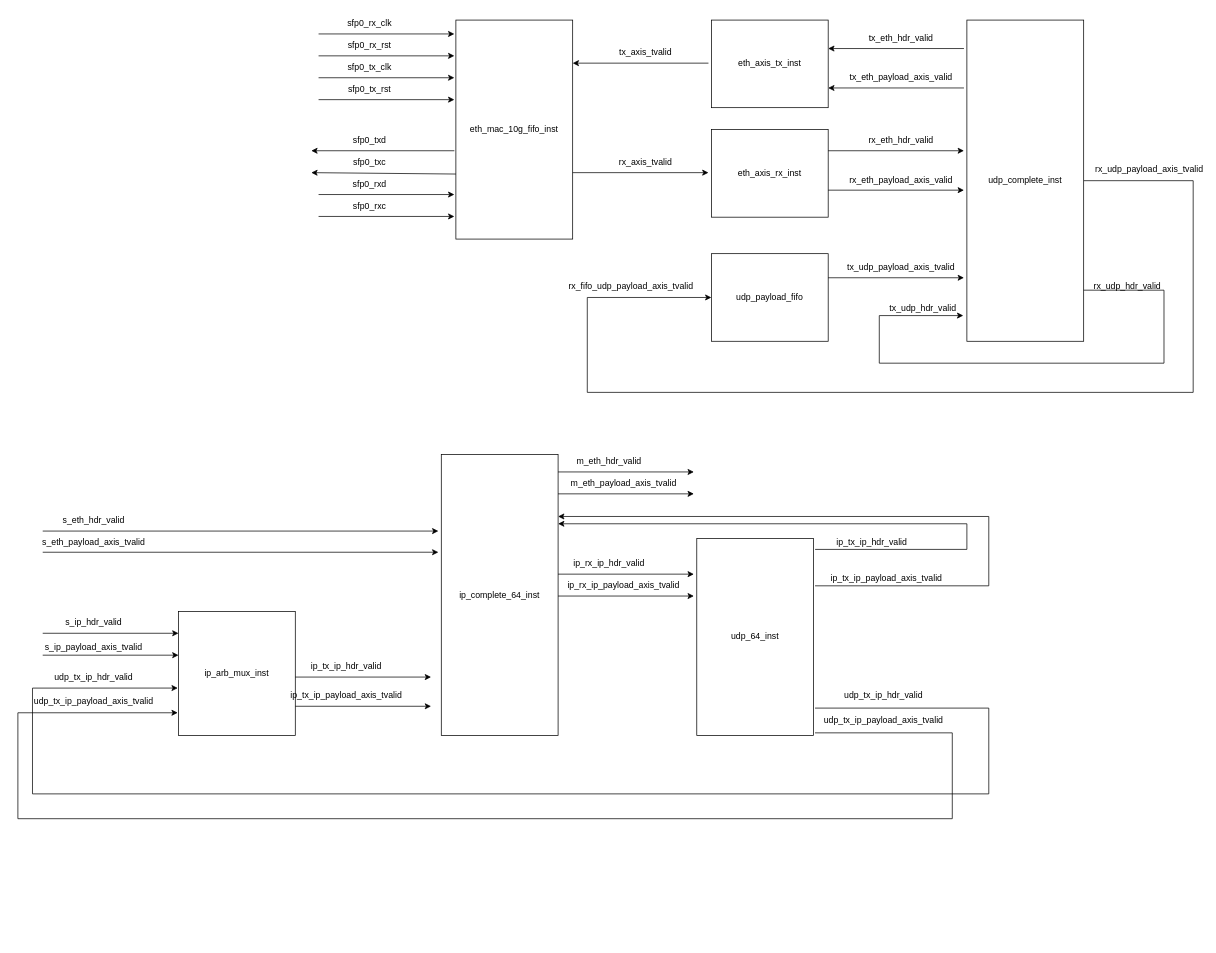
Earlier version of the draw.io diagram page "udp_complete_64" (4 of 10) of verilog-ethernet.drawio (gdhzyz/draws). Source tidied: cells renumbered, new cells numbered last; positions are measured from the earlier drawing's top-left corner, leaving out a move shared by most shapes. Both pictures are drawn from the tidied source at 73%, with x=0, y=0 at pixel (18, 12).
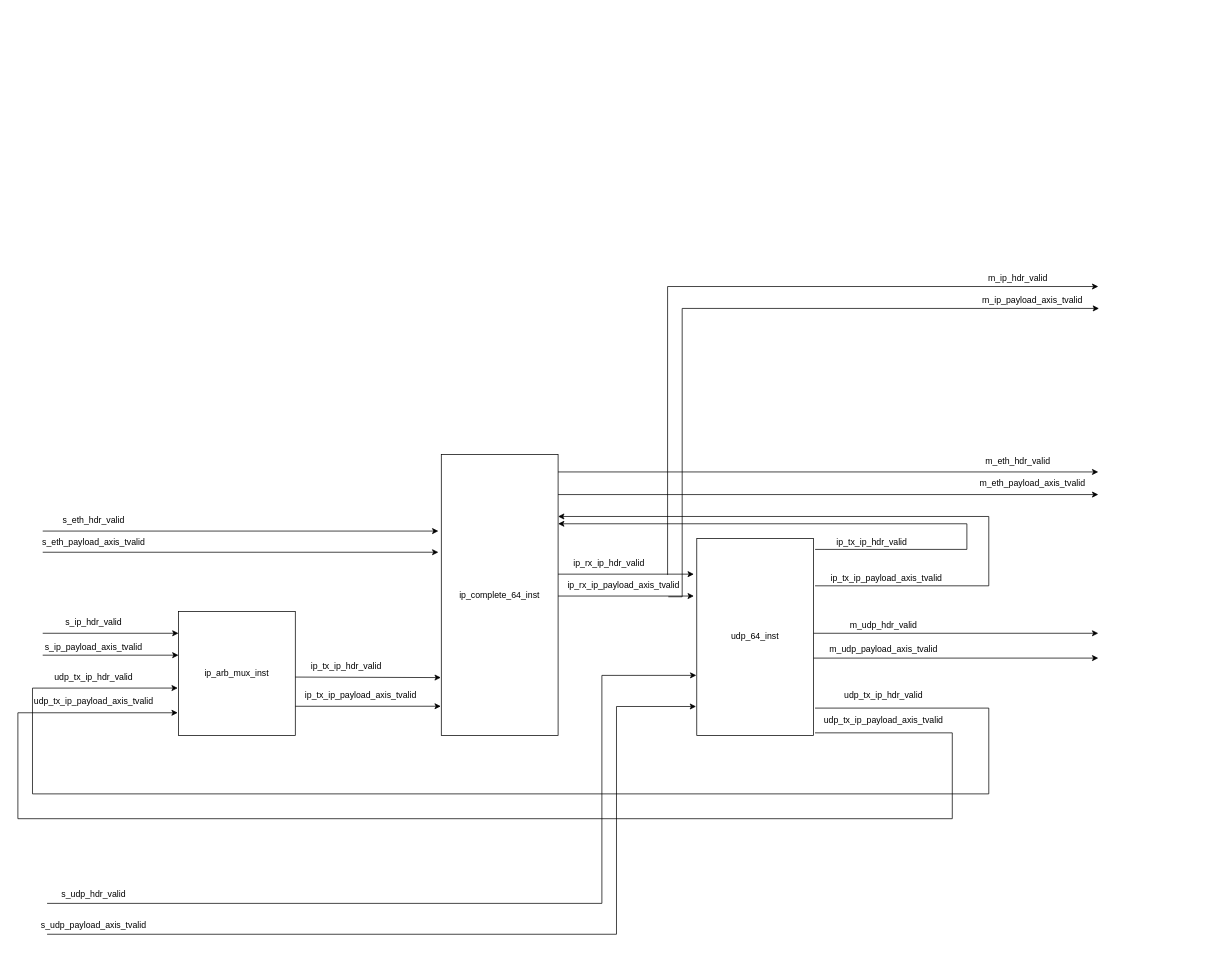
The same diagram, later.

The change refers to these unchanged cells:
```xml
<mxCell id="43" value="ip_complete_64_inst" style="rounded=0;whiteSpace=wrap;html=1;" parent="1" vertex="1">
  <mxGeometry x="580" y="605" width="160" height="385" as="geometry" />
</mxCell>
<mxCell id="48" value="udp_64_inst" style="rounded=0;whiteSpace=wrap;html=1;" parent="1" vertex="1">
  <mxGeometry x="930" y="720" width="160" height="270" as="geometry" />
</mxCell>
```

Diff of the diagram source:
```diff
@@
-    <mxCell id="2" value="eth_mac_10g_fifo_inst" style="rounded=0;whiteSpace=wrap;html=1;" parent="1" vertex="1">
-      <mxGeometry x="600" y="10" width="160" height="300" as="geometry" />
-    </mxCell>
-    <mxCell id="3" style="endArrow=classic;html=1;rounded=0;exitX=-0.012;exitY=0.203;exitDx=0;exitDy=0;exitPerimeter=0;" parent="1" edge="1">
-      <mxGeometry relative="1" as="geometry">
-        <mxPoint x="600" y="220.9" as="sourcePoint" />
-        <mxPoint x="401.9" y="219" as="targetPoint" />
-      </mxGeometry>
-    </mxCell>
-    <mxCell id="4" value="sfp0_txc" style="text;strokeColor=none;align=center;fillColor=none;html=1;verticalAlign=middle;whiteSpace=wrap;rounded=0;" parent="1" vertex="1">
-      <mxGeometry x="451.9" y="190" width="60" height="30" as="geometry" />
-    </mxCell>
-    <mxCell id="5" style="endArrow=classic;html=1;rounded=0;" parent="1" edge="1">
-      <mxGeometry relative="1" as="geometry">
-        <mxPoint x="597.9" y="189" as="sourcePoint" />
-        <mxPoint x="401.9" y="189" as="targetPoint" />
-      </mxGeometry>
-    </mxCell>
-    <mxCell id="6" value="sfp0_txd" style="text;strokeColor=none;align=center;fillColor=none;html=1;verticalAlign=middle;whiteSpace=wrap;rounded=0;" parent="1" vertex="1">
-      <mxGeometry x="451.9" y="160" width="60" height="30" as="geometry" />
-    </mxCell>
-    <mxCell id="7" style="endArrow=classic;html=1;rounded=0;entryX=-0.025;entryY=0.295;entryDx=0;entryDy=0;entryPerimeter=0;" parent="1" edge="1">
-      <mxGeometry relative="1" as="geometry">
-        <mxPoint x="411.9" y="279" as="sourcePoint" />
-        <mxPoint x="597.9" y="279" as="targetPoint" />
-      </mxGeometry>
-    </mxCell>
-    <mxCell id="8" value="sfp0_rxc" style="text;strokeColor=none;align=center;fillColor=none;html=1;verticalAlign=middle;whiteSpace=wrap;rounded=0;" parent="1" vertex="1">
-      <mxGeometry x="451.9" y="250" width="60" height="30" as="geometry" />
-    </mxCell>
-    <mxCell id="9" style="endArrow=classic;html=1;rounded=0;entryX=-0.025;entryY=0.295;entryDx=0;entryDy=0;entryPerimeter=0;" parent="1" edge="1">
-      <mxGeometry relative="1" as="geometry">
-        <mxPoint x="411.9" y="249" as="sourcePoint" />
-        <mxPoint x="597.9" y="249" as="targetPoint" />
-      </mxGeometry>
-    </mxCell>
-    <mxCell id="10" value="sfp0_rxd" style="text;strokeColor=none;align=center;fillColor=none;html=1;verticalAlign=middle;whiteSpace=wrap;rounded=0;" parent="1" vertex="1">
-      <mxGeometry x="451.9" y="220" width="60" height="30" as="geometry" />
-    </mxCell>
-    <mxCell id="11" value="eth_axis_tx_inst" style="rounded=0;whiteSpace=wrap;html=1;" parent="1" vertex="1">
-      <mxGeometry x="950" y="10" width="160" height="120" as="geometry" />
-    </mxCell>
-    <mxCell id="12" style="endArrow=classic;html=1;rounded=0;entryX=-0.025;entryY=0.295;entryDx=0;entryDy=0;entryPerimeter=0;" parent="1" edge="1">
-      <mxGeometry relative="1" as="geometry">
-        <mxPoint x="946" y="69" as="sourcePoint" />
-        <mxPoint x="760" y="69" as="targetPoint" />
-      </mxGeometry>
-    </mxCell>
-    <mxCell id="13" value="tx_axis_tvalid" style="text;strokeColor=none;align=center;fillColor=none;html=1;verticalAlign=middle;whiteSpace=wrap;rounded=0;" parent="1" vertex="1">
-      <mxGeometry x="830" y="40" width="60" height="30" as="geometry" />
-    </mxCell>
-    <mxCell id="14" value="eth_axis_rx_inst" style="rounded=0;whiteSpace=wrap;html=1;" parent="1" vertex="1">
-      <mxGeometry x="950" y="160" width="160" height="120" as="geometry" />
-    </mxCell>
-    <mxCell id="15" style="endArrow=classic;html=1;rounded=0;entryX=-0.025;entryY=0.295;entryDx=0;entryDy=0;entryPerimeter=0;" parent="1" edge="1">
-      <mxGeometry relative="1" as="geometry">
-        <mxPoint x="760" y="219" as="sourcePoint" />
-        <mxPoint x="946" y="219" as="targetPoint" />
-      </mxGeometry>
-    </mxCell>
-    <mxCell id="16" value="rx_axis_tvalid" style="text;strokeColor=none;align=center;fillColor=none;html=1;verticalAlign=middle;whiteSpace=wrap;rounded=0;" parent="1" vertex="1">
-      <mxGeometry x="830" y="190" width="60" height="30" as="geometry" />
-    </mxCell>
-    <mxCell id="17" style="endArrow=classic;html=1;rounded=0;entryX=-0.025;entryY=0.295;entryDx=0;entryDy=0;entryPerimeter=0;" parent="1" edge="1">
-      <mxGeometry relative="1" as="geometry">
-        <mxPoint x="1296" y="103" as="sourcePoint" />
-        <mxPoint x="1110" y="103" as="targetPoint" />
-      </mxGeometry>
-    </mxCell>
-    <mxCell id="18" value="tx_eth_payload_axis_valid" style="text;strokeColor=none;align=center;fillColor=none;html=1;verticalAlign=middle;whiteSpace=wrap;rounded=0;" parent="1" vertex="1">
-      <mxGeometry x="1180" y="74" width="60" height="30" as="geometry" />
-    </mxCell>
-    <mxCell id="19" style="edgeStyle=orthogonalEdgeStyle;rounded=0;jettySize=auto;html=1;entryX=0;entryY=0.5;entryDx=0;entryDy=0;exitX=1;exitY=0.5;exitDx=0;exitDy=0;" parent="1" edge="1" source="20" target="27">
-      <mxGeometry relative="1" as="geometry">
-        <Array as="points">
-          <mxPoint x="1610" y="230" />
-          <mxPoint x="1610" y="520" />
-          <mxPoint x="780" y="520" />
-          <mxPoint x="780" y="390" />
-        </Array>
-      </mxGeometry>
-    </mxCell>
-    <mxCell id="20" value="udp_complete_inst" style="rounded=0;whiteSpace=wrap;html=1;" parent="1" vertex="1">
-      <mxGeometry x="1300" y="10" width="160" height="440" as="geometry" />
-    </mxCell>
-    <mxCell id="21" style="endArrow=classic;html=1;rounded=0;entryX=-0.025;entryY=0.295;entryDx=0;entryDy=0;entryPerimeter=0;" parent="1" edge="1">
-      <mxGeometry relative="1" as="geometry">
-        <mxPoint x="1296" y="49" as="sourcePoint" />
-        <mxPoint x="1110" y="49" as="targetPoint" />
-      </mxGeometry>
-    </mxCell>
-    <mxCell id="22" value="tx_eth_hdr_valid" style="text;strokeColor=none;align=center;fillColor=none;html=1;verticalAlign=middle;whiteSpace=wrap;rounded=0;" parent="1" vertex="1">
-      <mxGeometry x="1180" y="20" width="60" height="30" as="geometry" />
-    </mxCell>
-    <mxCell id="23" style="endArrow=classic;html=1;rounded=0;entryX=-0.025;entryY=0.295;entryDx=0;entryDy=0;entryPerimeter=0;" parent="1" edge="1">
-      <mxGeometry relative="1" as="geometry">
-        <mxPoint x="1110" y="243" as="sourcePoint" />
-        <mxPoint x="1296" y="243" as="targetPoint" />
-      </mxGeometry>
-    </mxCell>
-    <mxCell id="24" value="rx_eth_payload_axis_valid" style="text;strokeColor=none;align=center;fillColor=none;html=1;verticalAlign=middle;whiteSpace=wrap;rounded=0;" parent="1" vertex="1">
-      <mxGeometry x="1180" y="214" width="60" height="30" as="geometry" />
-    </mxCell>
-    <mxCell id="25" style="endArrow=classic;html=1;rounded=0;entryX=-0.025;entryY=0.295;entryDx=0;entryDy=0;entryPerimeter=0;" parent="1" edge="1">
-      <mxGeometry relative="1" as="geometry">
-        <mxPoint x="1110" y="189" as="sourcePoint" />
-        <mxPoint x="1296" y="189" as="targetPoint" />
-      </mxGeometry>
-    </mxCell>
-    <mxCell id="26" value="rx_eth_hdr_valid" style="text;strokeColor=none;align=center;fillColor=none;html=1;verticalAlign=middle;whiteSpace=wrap;rounded=0;" parent="1" vertex="1">
-      <mxGeometry x="1180" y="160" width="60" height="30" as="geometry" />
-    </mxCell>
-    <mxCell id="27" value="udp_payload_fifo" style="rounded=0;whiteSpace=wrap;html=1;" parent="1" vertex="1">
-      <mxGeometry x="950" y="330" width="160" height="120" as="geometry" />
-    </mxCell>
-    <mxCell id="28" style="endArrow=classic;html=1;rounded=0;entryX=-0.025;entryY=0.295;entryDx=0;entryDy=0;entryPerimeter=0;" parent="1" edge="1">
-      <mxGeometry relative="1" as="geometry">
-        <mxPoint x="1110" y="363" as="sourcePoint" />
-        <mxPoint x="1296" y="363" as="targetPoint" />
-      </mxGeometry>
-    </mxCell>
-    <mxCell id="29" value="tx_udp_payload_axis_tvalid" style="text;strokeColor=none;align=center;fillColor=none;html=1;verticalAlign=middle;whiteSpace=wrap;rounded=0;" parent="1" vertex="1">
-      <mxGeometry x="1180" y="334" width="60" height="30" as="geometry" />
-    </mxCell>
-    <mxCell id="30" value="rx_udp_hdr_valid" style="text;strokeColor=none;align=center;fillColor=none;html=1;verticalAlign=middle;whiteSpace=wrap;rounded=0;" parent="1" vertex="1">
-      <mxGeometry x="1490" y="360" width="60" height="30" as="geometry" />
-    </mxCell>
-    <mxCell id="31" value="tx_udp_hdr_valid" style="text;strokeColor=none;align=center;fillColor=none;html=1;verticalAlign=middle;whiteSpace=wrap;rounded=0;" parent="1" vertex="1">
-      <mxGeometry x="1210" y="390" width="60" height="30" as="geometry" />
-    </mxCell>
-    <mxCell id="32" value="rx_udp_payload_axis_tvalid" style="text;strokeColor=none;align=center;fillColor=none;html=1;verticalAlign=middle;whiteSpace=wrap;rounded=0;" parent="1" vertex="1">
-      <mxGeometry x="1520" y="200" width="60" height="30" as="geometry" />
-    </mxCell>
-    <mxCell id="33" value="rx_fifo_udp_payload_axis_tvalid" style="text;strokeColor=none;align=center;fillColor=none;html=1;verticalAlign=middle;whiteSpace=wrap;rounded=0;" parent="1" vertex="1">
-      <mxGeometry x="810" y="360" width="60" height="30" as="geometry" />
-    </mxCell>
-    <mxCell id="34" style="edgeStyle=orthogonalEdgeStyle;rounded=0;jettySize=auto;html=1;entryX=-0.031;entryY=0.92;entryDx=0;entryDy=0;entryPerimeter=0;" parent="1" edge="1" target="20">
-      <mxGeometry relative="1" as="geometry">
-        <mxPoint x="1460" y="380" as="sourcePoint" />
-        <Array as="points">
-          <mxPoint x="1570" y="380" />
-          <mxPoint x="1570" y="480" />
-          <mxPoint x="1180" y="480" />
-          <mxPoint x="1180" y="415" />
-        </Array>
-      </mxGeometry>
-    </mxCell>
-    <mxCell id="35" style="endArrow=classic;html=1;rounded=0;entryX=-0.025;entryY=0.295;entryDx=0;entryDy=0;entryPerimeter=0;" parent="1" edge="1">
-      <mxGeometry relative="1" as="geometry">
-        <mxPoint x="411.9" y="59" as="sourcePoint" />
-        <mxPoint x="597.9" y="59" as="targetPoint" />
-      </mxGeometry>
-    </mxCell>
-    <mxCell id="36" value="sfp0_rx_rst" style="text;strokeColor=none;align=center;fillColor=none;html=1;verticalAlign=middle;whiteSpace=wrap;rounded=0;" parent="1" vertex="1">
-      <mxGeometry x="451.9" y="30" width="60" height="30" as="geometry" />
-    </mxCell>
-    <mxCell id="37" style="endArrow=classic;html=1;rounded=0;entryX=-0.025;entryY=0.295;entryDx=0;entryDy=0;entryPerimeter=0;" parent="1" edge="1">
-      <mxGeometry relative="1" as="geometry">
-        <mxPoint x="411.9" y="29" as="sourcePoint" />
-        <mxPoint x="597.9" y="29" as="targetPoint" />
-      </mxGeometry>
-    </mxCell>
-    <mxCell id="38" value="sfp0_rx_clk" style="text;strokeColor=none;align=center;fillColor=none;html=1;verticalAlign=middle;whiteSpace=wrap;rounded=0;" parent="1" vertex="1">
-      <mxGeometry x="451.9" width="60" height="30" as="geometry" />
-    </mxCell>
-    <mxCell id="39" style="endArrow=classic;html=1;rounded=0;entryX=-0.025;entryY=0.295;entryDx=0;entryDy=0;entryPerimeter=0;" parent="1" edge="1">
-      <mxGeometry relative="1" as="geometry">
-        <mxPoint x="411.9" y="119" as="sourcePoint" />
-        <mxPoint x="597.9" y="119" as="targetPoint" />
-      </mxGeometry>
-    </mxCell>
-    <mxCell id="40" value="sfp0_tx_rst" style="text;strokeColor=none;align=center;fillColor=none;html=1;verticalAlign=middle;whiteSpace=wrap;rounded=0;" parent="1" vertex="1">
-      <mxGeometry x="451.9" y="90" width="60" height="30" as="geometry" />
-    </mxCell>
-    <mxCell id="41" style="endArrow=classic;html=1;rounded=0;entryX=-0.025;entryY=0.295;entryDx=0;entryDy=0;entryPerimeter=0;" parent="1" edge="1">
-      <mxGeometry relative="1" as="geometry">
-        <mxPoint x="411.9" y="89" as="sourcePoint" />
-        <mxPoint x="597.9" y="89" as="targetPoint" />
-      </mxGeometry>
-    </mxCell>
-    <mxCell id="42" value="sfp0_tx_clk" style="text;strokeColor=none;align=center;fillColor=none;html=1;verticalAlign=middle;whiteSpace=wrap;rounded=0;" parent="1" vertex="1">
-      <mxGeometry x="451.9" y="60" width="60" height="30" as="geometry" />
-    </mxCell>
@@
-    <mxCell id="44" style="endArrow=classic;html=1;rounded=0;entryX=-0.025;entryY=0.295;entryDx=0;entryDy=0;entryPerimeter=0;" parent="1" edge="1">
-      <mxGeometry relative="1" as="geometry">
-        <mxPoint x="740" y="659" as="sourcePoint" />
-        <mxPoint x="926" y="659" as="targetPoint" />
-      </mxGeometry>
-    </mxCell>
     <mxCell id="45" value="m_eth_payload_axis_tvalid" style="text;strokeColor=none;align=center;fillColor=none;html=1;verticalAlign=middle;whiteSpace=wrap;rounded=0;" parent="1" vertex="1">
-      <mxGeometry x="800" y="630" width="60" height="30" as="geometry" />
+      <mxGeometry x="1360" y="630" width="60" height="30" as="geometry" />
     </mxCell>
     <mxCell id="46" style="endArrow=classic;html=1;rounded=0;" parent="1" edge="1">
       <mxGeometry relative="1" as="geometry">
         <mxPoint x="740" y="629" as="sourcePoint" />
-        <mxPoint x="926" y="629" as="targetPoint" />
+        <mxPoint x="1480" y="629" as="targetPoint" />
       </mxGeometry>
     </mxCell>
     <mxCell id="47" value="m_eth_hdr_valid" style="text;strokeColor=none;align=center;fillColor=none;html=1;verticalAlign=middle;whiteSpace=wrap;rounded=0;" parent="1" vertex="1">
-      <mxGeometry x="780" y="600" width="60" height="30" as="geometry" />
+      <mxGeometry x="1340" y="600" width="60" height="30" as="geometry" />
     </mxCell>
@@
-    <mxCell id="66" style="endArrow=classic;html=1;rounded=0;" parent="1" edge="1">
+    <mxCell id="66" style="endArrow=classic;html=1;rounded=0;entryX=-0.004;entryY=0.794;entryDx=0;entryDy=0;entryPerimeter=0;" parent="1" edge="1" target="43">
       <mxGeometry relative="1" as="geometry">
         <mxPoint x="380" y="910" as="sourcePoint" />
-        <mxPoint x="566" y="910" as="targetPoint" />
       </mxGeometry>
     </mxCell>
@@
-    <mxCell id="68" style="endArrow=classic;html=1;rounded=0;" parent="1" edge="1">
+    <mxCell id="68" style="endArrow=classic;html=1;rounded=0;entryX=-0.004;entryY=0.896;entryDx=0;entryDy=0;entryPerimeter=0;" parent="1" edge="1" target="43">
       <mxGeometry relative="1" as="geometry">
         <mxPoint x="380" y="950" as="sourcePoint" />
-        <mxPoint x="566" y="950" as="targetPoint" />
       </mxGeometry>
     </mxCell>
     <mxCell id="69" value="ip_tx_ip_payload_axis_tvalid" style="text;strokeColor=none;align=center;fillColor=none;html=1;verticalAlign=middle;whiteSpace=wrap;rounded=0;" parent="1" vertex="1">
-      <mxGeometry x="420" y="920" width="60" height="30" as="geometry" />
+      <mxGeometry x="440" y="920" width="60" height="30" as="geometry" />
     </mxCell>
@@
+    <mxCell id="76" style="endArrow=classic;html=1;rounded=0;" parent="1" edge="1">
+      <mxGeometry relative="1" as="geometry">
+        <mxPoint x="740" y="660" as="sourcePoint" />
+        <mxPoint x="1480" y="660" as="targetPoint" />
+      </mxGeometry>
+    </mxCell>
+    <mxCell id="77" style="edgeStyle=orthogonalEdgeStyle;rounded=0;orthogonalLoop=1;jettySize=auto;html=1;" parent="1" edge="1">
+      <mxGeometry relative="1" as="geometry">
+        <mxPoint x="890" y="770" as="sourcePoint" />
+        <mxPoint x="1480" y="375" as="targetPoint" />
+        <Array as="points">
+          <mxPoint x="890" y="375" />
+        </Array>
+      </mxGeometry>
+    </mxCell>
+    <mxCell id="78" style="edgeStyle=orthogonalEdgeStyle;rounded=0;orthogonalLoop=1;jettySize=auto;html=1;" parent="1" edge="1">
+      <mxGeometry relative="1" as="geometry">
+        <mxPoint x="891" y="800" as="sourcePoint" />
+        <mxPoint x="1481" y="405" as="targetPoint" />
+        <Array as="points">
+          <mxPoint x="910" y="800" />
+          <mxPoint x="910" y="405" />
+        </Array>
+      </mxGeometry>
+    </mxCell>
+    <mxCell id="79" value="m_ip_hdr_valid" style="text;strokeColor=none;align=center;fillColor=none;html=1;verticalAlign=middle;whiteSpace=wrap;rounded=0;" parent="1" vertex="1">
+      <mxGeometry x="1340" y="349" width="60" height="30" as="geometry" />
+    </mxCell>
+    <mxCell id="80" value="m_ip_payload_axis_tvalid" style="text;strokeColor=none;align=center;fillColor=none;html=1;verticalAlign=middle;whiteSpace=wrap;rounded=0;" parent="1" vertex="1">
+      <mxGeometry x="1360" y="379" width="60" height="30" as="geometry" />
+    </mxCell>
+    <mxCell id="81" style="edgeStyle=orthogonalEdgeStyle;rounded=0;jettySize=auto;html=1;entryX=-0.004;entryY=0.695;entryDx=0;entryDy=0;entryPerimeter=0;" parent="1" edge="1" target="48">
+      <mxGeometry relative="1" as="geometry">
+        <mxPoint x="40" y="1220" as="sourcePoint" />
+        <Array as="points">
+          <mxPoint x="800" y="1220" />
+          <mxPoint x="800" y="908" />
+        </Array>
+      </mxGeometry>
+    </mxCell>
+    <mxCell id="82" style="edgeStyle=orthogonalEdgeStyle;rounded=0;orthogonalLoop=1;jettySize=auto;html=1;entryX=-0.004;entryY=0.695;entryDx=0;entryDy=0;entryPerimeter=0;" parent="1" edge="1">
+      <mxGeometry relative="1" as="geometry">
+        <mxPoint x="40" y="1262.3" as="sourcePoint" />
+        <mxPoint x="929" y="950.3" as="targetPoint" />
+        <Array as="points">
+          <mxPoint x="820" y="1262" />
+          <mxPoint x="820" y="950" />
+        </Array>
+      </mxGeometry>
+    </mxCell>
+    <mxCell id="83" value="s_udp_hdr_valid" style="text;strokeColor=none;align=center;fillColor=none;html=1;verticalAlign=middle;whiteSpace=wrap;rounded=0;" parent="1" vertex="1">
+      <mxGeometry x="74" y="1193" width="60" height="30" as="geometry" />
+    </mxCell>
+    <mxCell id="84" value="s_udp_payload_axis_tvalid" style="text;strokeColor=none;align=center;fillColor=none;html=1;verticalAlign=middle;whiteSpace=wrap;rounded=0;" parent="1" vertex="1">
+      <mxGeometry x="74" y="1235" width="60" height="30" as="geometry" />
+    </mxCell>
+    <mxCell id="85" style="endArrow=classic;html=1;rounded=0;" parent="1" edge="1">
+      <mxGeometry relative="1" as="geometry">
+        <mxPoint x="1090" y="850" as="sourcePoint" />
+        <mxPoint x="1480" y="850" as="targetPoint" />
+      </mxGeometry>
+    </mxCell>
+    <mxCell id="86" style="endArrow=classic;html=1;rounded=0;" parent="1" edge="1">
+      <mxGeometry relative="1" as="geometry">
+        <mxPoint x="1090" y="884" as="sourcePoint" />
+        <mxPoint x="1480" y="884" as="targetPoint" />
+      </mxGeometry>
+    </mxCell>
+    <mxCell id="87" value="m_udp_hdr_valid" style="text;strokeColor=none;align=center;fillColor=none;html=1;verticalAlign=middle;whiteSpace=wrap;rounded=0;" parent="1" vertex="1">
+      <mxGeometry x="1156" y="824" width="60" height="30" as="geometry" />
+    </mxCell>
+    <mxCell id="88" value="m_udp_payload_axis_tvalid" style="text;strokeColor=none;align=center;fillColor=none;html=1;verticalAlign=middle;whiteSpace=wrap;rounded=0;" parent="1" vertex="1">
+      <mxGeometry x="1156" y="857" width="60" height="30" as="geometry" />
+    </mxCell>
```
